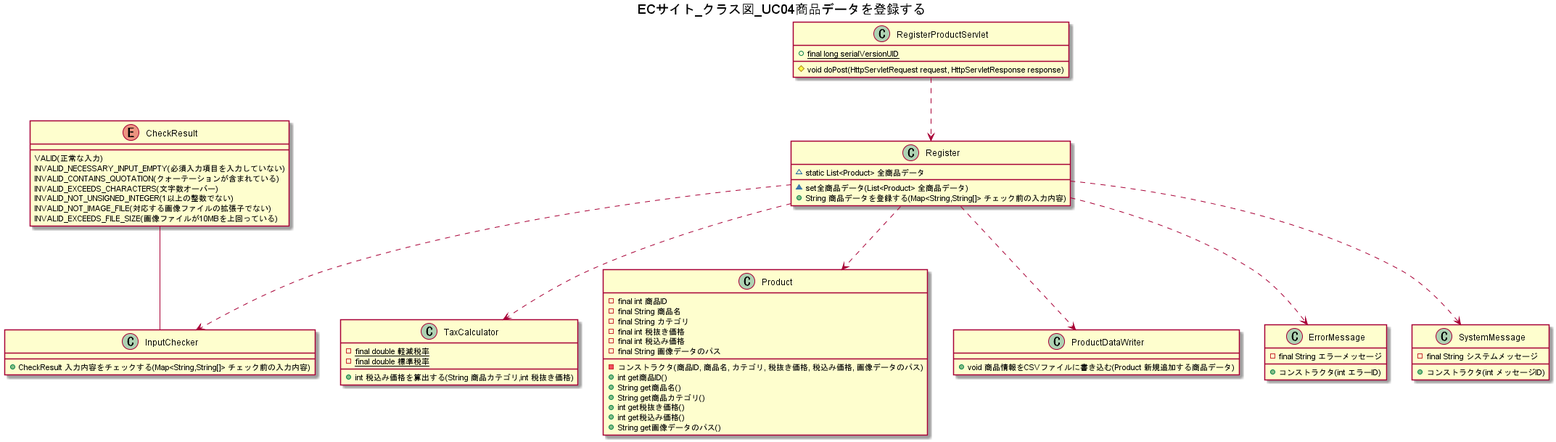
wnakayama/ojt_ecsite keeps this PlantUML diagram as UML/ECサイト_クラス図_UC04商品データを登録する.png. Above is the earlier version.
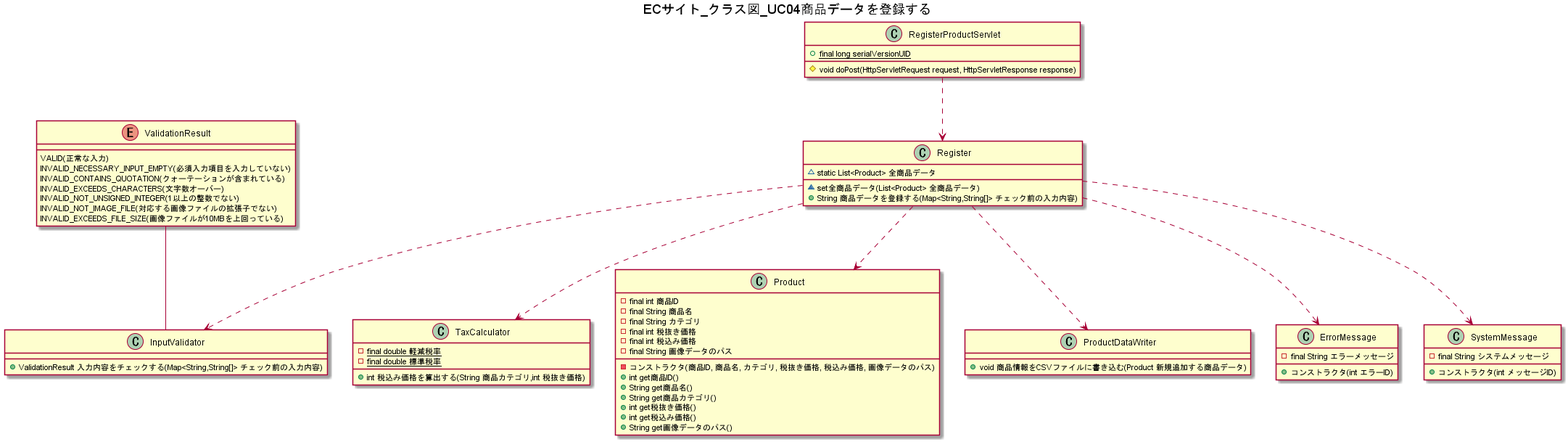
After the change.

The edit, as a diff of the source:
```diff
@@ -14,8 +14,8 @@
     +String 商品データを登録する(Map<String,String[]> チェック前の入力内容)
 }
 
-CheckResult -- InputChecker
-enum CheckResult {
+ValidationResult -- InputValidator
+enum ValidationResult {
     VALID(正常な入力)
     INVALID_NECESSARY_INPUT_EMPTY(必須入力項目を入力していない)
     INVALID_CONTAINS_QUOTATION(クォーテーションが含まれている)
@@ -25,9 +25,9 @@
     INVALID_EXCEEDS_FILE_SIZE(画像ファイルが10MBを上回っている)
 }
 
-Register ..> InputChecker
-class InputChecker {
-    +CheckResult 入力内容をチェックする(Map<String,String[]> チェック前の入力内容)
+Register ..> InputValidator
+class InputValidator {
+    +ValidationResult 入力内容をチェックする(Map<String,String[]> チェック前の入力内容)
 }
 
 Register ..> TaxCalculator
```
